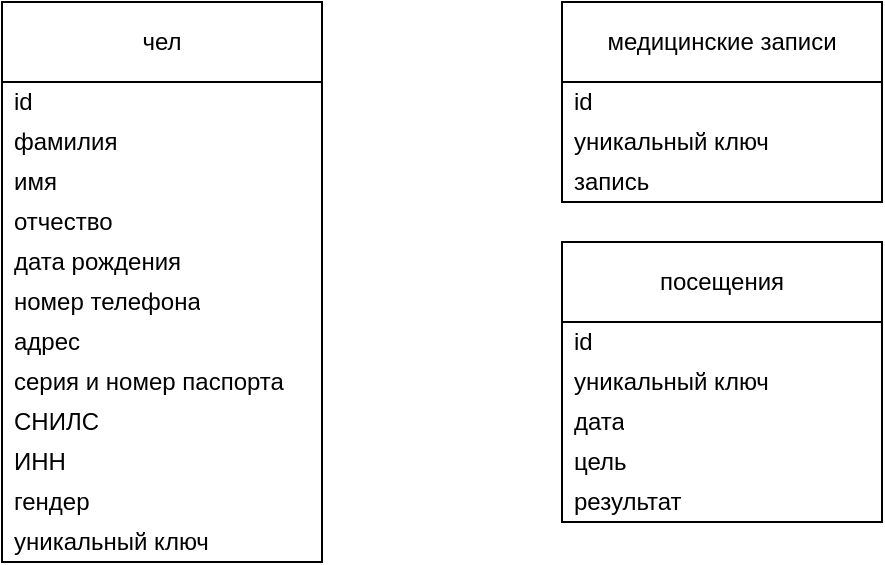
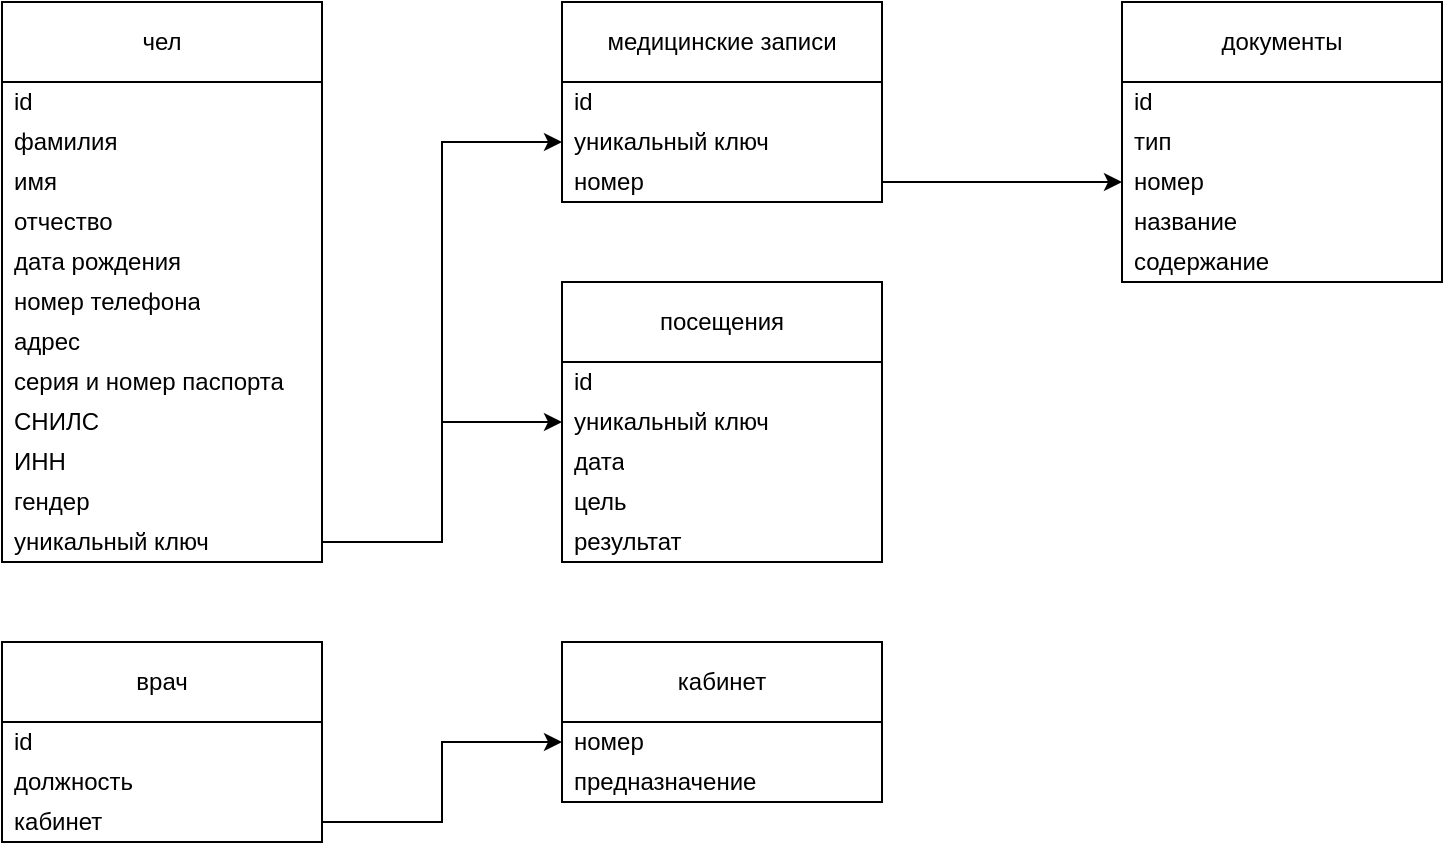
<mxfile host="Electron" agent="Mozilla/5.0 (Windows NT 10.0; Win64; x64) AppleWebKit/537.36 (KHTML, like Gecko) draw.io/29.6.1 Chrome/142.0.7444.265 Electron/39.8.0 Safari/537.36" version="29.6.1">
  <diagram name="Страница-1" id="a21MgUtPKJdnRfCgL1Ge">
-     <mxGraphModel dx="815" dy="508" grid="1" gridSize="10" guides="1" tooltips="1" connect="1" arrows="1" fold="1" page="1" pageScale="1" pageWidth="827" pageHeight="1169" math="0" shadow="0">
+     <mxGraphModel dx="1188" dy="741" grid="1" gridSize="10" guides="1" tooltips="1" connect="1" arrows="1" fold="1" page="1" pageScale="1" pageWidth="827" pageHeight="1169" math="0" shadow="0">
      <root>
        <mxCell id="0" />
        <mxCell id="1" parent="0" />
        <mxCell id="TgU9roTelHohaQH2FK3k-1" parent="1" style="swimlane;fontStyle=0;childLayout=stackLayout;horizontal=1;startSize=40;horizontalStack=0;resizeParent=1;resizeParentMax=0;resizeLast=0;collapsible=1;marginBottom=0;whiteSpace=wrap;html=1;" value="чел" vertex="1">
          <mxGeometry height="280" width="160" x="80" y="80" as="geometry" />
        </mxCell>
        <mxCell id="TgU9roTelHohaQH2FK3k-2" parent="TgU9roTelHohaQH2FK3k-1" style="text;strokeColor=none;fillColor=none;align=left;verticalAlign=middle;spacingLeft=4;spacingRight=4;overflow=hidden;points=[[0,0.5],[1,0.5]];portConstraint=eastwest;rotatable=0;whiteSpace=wrap;html=1;" value="id" vertex="1">
          <mxGeometry height="20" width="160" y="40" as="geometry" />
        </mxCell>
        <mxCell id="TgU9roTelHohaQH2FK3k-3" parent="TgU9roTelHohaQH2FK3k-1" style="text;strokeColor=none;fillColor=none;align=left;verticalAlign=middle;spacingLeft=4;spacingRight=4;overflow=hidden;points=[[0,0.5],[1,0.5]];portConstraint=eastwest;rotatable=0;whiteSpace=wrap;html=1;" value="фамилия" vertex="1">
          <mxGeometry height="20" width="160" y="60" as="geometry" />
        </mxCell>
        <mxCell id="TgU9roTelHohaQH2FK3k-4" parent="TgU9roTelHohaQH2FK3k-1" style="text;strokeColor=none;fillColor=none;align=left;verticalAlign=middle;spacingLeft=4;spacingRight=4;overflow=hidden;points=[[0,0.5],[1,0.5]];portConstraint=eastwest;rotatable=0;whiteSpace=wrap;html=1;" value="имя" vertex="1">
          <mxGeometry height="20" width="160" y="80" as="geometry" />
        </mxCell>
        <mxCell id="cz48e77hF1qOZ6CIWqxK-1" parent="TgU9roTelHohaQH2FK3k-1" style="text;strokeColor=none;fillColor=none;align=left;verticalAlign=middle;spacingLeft=4;spacingRight=4;overflow=hidden;points=[[0,0.5],[1,0.5]];portConstraint=eastwest;rotatable=0;whiteSpace=wrap;html=1;" value="отчество" vertex="1">
          <mxGeometry height="20" width="160" y="100" as="geometry" />
        </mxCell>
        <mxCell id="TgU9roTelHohaQH2FK3k-5" parent="TgU9roTelHohaQH2FK3k-1" style="text;strokeColor=none;fillColor=none;align=left;verticalAlign=middle;spacingLeft=4;spacingRight=4;overflow=hidden;points=[[0,0.5],[1,0.5]];portConstraint=eastwest;rotatable=0;whiteSpace=wrap;html=1;" value="дата рождения" vertex="1">
          <mxGeometry height="20" width="160" y="120" as="geometry" />
        </mxCell>
        <mxCell id="TgU9roTelHohaQH2FK3k-6" parent="TgU9roTelHohaQH2FK3k-1" style="text;strokeColor=none;fillColor=none;align=left;verticalAlign=middle;spacingLeft=4;spacingRight=4;overflow=hidden;points=[[0,0.5],[1,0.5]];portConstraint=eastwest;rotatable=0;whiteSpace=wrap;html=1;" value="номер телефона" vertex="1">
          <mxGeometry height="20" width="160" y="140" as="geometry" />
        </mxCell>
        <mxCell id="cz48e77hF1qOZ6CIWqxK-2" parent="TgU9roTelHohaQH2FK3k-1" style="text;strokeColor=none;fillColor=none;align=left;verticalAlign=middle;spacingLeft=4;spacingRight=4;overflow=hidden;points=[[0,0.5],[1,0.5]];portConstraint=eastwest;rotatable=0;whiteSpace=wrap;html=1;" value="адрес" vertex="1">
          <mxGeometry height="20" width="160" y="160" as="geometry" />
        </mxCell>
        <mxCell id="TgU9roTelHohaQH2FK3k-7" parent="TgU9roTelHohaQH2FK3k-1" style="text;strokeColor=none;fillColor=none;align=left;verticalAlign=middle;spacingLeft=4;spacingRight=4;overflow=hidden;points=[[0,0.5],[1,0.5]];portConstraint=eastwest;rotatable=0;whiteSpace=wrap;html=1;" value="серия и номер паспорта" vertex="1">
          <mxGeometry height="20" width="160" y="180" as="geometry" />
        </mxCell>
        <mxCell id="TgU9roTelHohaQH2FK3k-8" parent="TgU9roTelHohaQH2FK3k-1" style="text;strokeColor=none;fillColor=none;align=left;verticalAlign=middle;spacingLeft=4;spacingRight=4;overflow=hidden;points=[[0,0.5],[1,0.5]];portConstraint=eastwest;rotatable=0;whiteSpace=wrap;html=1;" value="СНИЛС" vertex="1">
          <mxGeometry height="20" width="160" y="200" as="geometry" />
        </mxCell>
        <mxCell id="TgU9roTelHohaQH2FK3k-9" parent="TgU9roTelHohaQH2FK3k-1" style="text;strokeColor=none;fillColor=none;align=left;verticalAlign=middle;spacingLeft=4;spacingRight=4;overflow=hidden;points=[[0,0.5],[1,0.5]];portConstraint=eastwest;rotatable=0;whiteSpace=wrap;html=1;" value="ИНН" vertex="1">
          <mxGeometry height="20" width="160" y="220" as="geometry" />
        </mxCell>
        <mxCell id="TgU9roTelHohaQH2FK3k-10" parent="TgU9roTelHohaQH2FK3k-1" style="text;strokeColor=none;fillColor=none;align=left;verticalAlign=middle;spacingLeft=4;spacingRight=4;overflow=hidden;points=[[0,0.5],[1,0.5]];portConstraint=eastwest;rotatable=0;whiteSpace=wrap;html=1;" value="гендер" vertex="1">
          <mxGeometry height="20" width="160" y="240" as="geometry" />
        </mxCell>
        <mxCell id="TgU9roTelHohaQH2FK3k-31" parent="TgU9roTelHohaQH2FK3k-1" style="text;strokeColor=none;fillColor=none;align=left;verticalAlign=middle;spacingLeft=4;spacingRight=4;overflow=hidden;points=[[0,0.5],[1,0.5]];portConstraint=eastwest;rotatable=0;whiteSpace=wrap;html=1;" value="уникальный ключ" vertex="1">
          <mxGeometry height="20" width="160" y="260" as="geometry" />
        </mxCell>
        <mxCell id="TgU9roTelHohaQH2FK3k-21" parent="1" style="swimlane;fontStyle=0;childLayout=stackLayout;horizontal=1;startSize=40;horizontalStack=0;resizeParent=1;resizeParentMax=0;resizeLast=0;collapsible=1;marginBottom=0;whiteSpace=wrap;html=1;" value="медицинские записи" vertex="1">
          <mxGeometry height="100" width="160" x="360" y="80" as="geometry" />
        </mxCell>
        <mxCell id="EbQ-D4Pp5Pddp-Q1myPs-3" parent="TgU9roTelHohaQH2FK3k-21" style="text;strokeColor=none;fillColor=none;align=left;verticalAlign=middle;spacingLeft=4;spacingRight=4;overflow=hidden;points=[[0,0.5],[1,0.5]];portConstraint=eastwest;rotatable=0;whiteSpace=wrap;html=1;" value="id" vertex="1">
          <mxGeometry height="20" width="160" y="40" as="geometry" />
        </mxCell>
        <mxCell id="TgU9roTelHohaQH2FK3k-32" parent="TgU9roTelHohaQH2FK3k-21" style="text;strokeColor=none;fillColor=none;align=left;verticalAlign=middle;spacingLeft=4;spacingRight=4;overflow=hidden;points=[[0,0.5],[1,0.5]];portConstraint=eastwest;rotatable=0;whiteSpace=wrap;html=1;" value="уникальный ключ" vertex="1">
          <mxGeometry height="20" width="160" y="60" as="geometry" />
        </mxCell>
-         <mxCell id="TgU9roTelHohaQH2FK3k-33" parent="TgU9roTelHohaQH2FK3k-21" style="text;strokeColor=none;fillColor=none;align=left;verticalAlign=middle;spacingLeft=4;spacingRight=4;overflow=hidden;points=[[0,0.5],[1,0.5]];portConstraint=eastwest;rotatable=0;whiteSpace=wrap;html=1;" value="запись" vertex="1">
+         <mxCell id="TgU9roTelHohaQH2FK3k-33" parent="TgU9roTelHohaQH2FK3k-21" style="text;strokeColor=none;fillColor=none;align=left;verticalAlign=middle;spacingLeft=4;spacingRight=4;overflow=hidden;points=[[0,0.5],[1,0.5]];portConstraint=eastwest;rotatable=0;whiteSpace=wrap;html=1;" value="номер" vertex="1">
          <mxGeometry height="20" width="160" y="80" as="geometry" />
        </mxCell>
        <mxCell id="_7bwxEnkeykLmXKwQ_Hy-1" parent="1" style="swimlane;fontStyle=0;childLayout=stackLayout;horizontal=1;startSize=40;horizontalStack=0;resizeParent=1;resizeParentMax=0;resizeLast=0;collapsible=1;marginBottom=0;whiteSpace=wrap;html=1;" value="посещения" vertex="1">
-           <mxGeometry height="140" width="160" x="360" y="200" as="geometry" />
+           <mxGeometry height="140" width="160" x="360" y="220" as="geometry" />
        </mxCell>
        <mxCell id="EbQ-D4Pp5Pddp-Q1myPs-4" parent="_7bwxEnkeykLmXKwQ_Hy-1" style="text;strokeColor=none;fillColor=none;align=left;verticalAlign=middle;spacingLeft=4;spacingRight=4;overflow=hidden;points=[[0,0.5],[1,0.5]];portConstraint=eastwest;rotatable=0;whiteSpace=wrap;html=1;" value="id" vertex="1">
          <mxGeometry height="20" width="160" y="40" as="geometry" />
        </mxCell>
        <mxCell id="_7bwxEnkeykLmXKwQ_Hy-2" parent="_7bwxEnkeykLmXKwQ_Hy-1" style="text;strokeColor=none;fillColor=none;align=left;verticalAlign=middle;spacingLeft=4;spacingRight=4;overflow=hidden;points=[[0,0.5],[1,0.5]];portConstraint=eastwest;rotatable=0;whiteSpace=wrap;html=1;" value="уникальный ключ" vertex="1">
          <mxGeometry height="20" width="160" y="60" as="geometry" />
        </mxCell>
        <mxCell id="_7bwxEnkeykLmXKwQ_Hy-3" parent="_7bwxEnkeykLmXKwQ_Hy-1" style="text;strokeColor=none;fillColor=none;align=left;verticalAlign=middle;spacingLeft=4;spacingRight=4;overflow=hidden;points=[[0,0.5],[1,0.5]];portConstraint=eastwest;rotatable=0;whiteSpace=wrap;html=1;" value="дата" vertex="1">
          <mxGeometry height="20" width="160" y="80" as="geometry" />
        </mxCell>
        <mxCell id="_7bwxEnkeykLmXKwQ_Hy-4" parent="_7bwxEnkeykLmXKwQ_Hy-1" style="text;strokeColor=none;fillColor=none;align=left;verticalAlign=middle;spacingLeft=4;spacingRight=4;overflow=hidden;points=[[0,0.5],[1,0.5]];portConstraint=eastwest;rotatable=0;whiteSpace=wrap;html=1;" value="цель" vertex="1">
          <mxGeometry height="20" width="160" y="100" as="geometry" />
        </mxCell>
        <mxCell id="_7bwxEnkeykLmXKwQ_Hy-5" parent="_7bwxEnkeykLmXKwQ_Hy-1" style="text;strokeColor=none;fillColor=none;align=left;verticalAlign=middle;spacingLeft=4;spacingRight=4;overflow=hidden;points=[[0,0.5],[1,0.5]];portConstraint=eastwest;rotatable=0;whiteSpace=wrap;html=1;" value="результат" vertex="1">
          <mxGeometry height="20" width="160" y="120" as="geometry" />
        </mxCell>
+         <mxCell id="EbQ-D4Pp5Pddp-Q1myPs-5" parent="1" style="swimlane;fontStyle=0;childLayout=stackLayout;horizontal=1;startSize=40;horizontalStack=0;resizeParent=1;resizeParentMax=0;resizeLast=0;collapsible=1;marginBottom=0;whiteSpace=wrap;html=1;" value="врач" vertex="1">
+           <mxGeometry height="100" width="160" x="80" y="400" as="geometry" />
+         </mxCell>
+         <mxCell id="EbQ-D4Pp5Pddp-Q1myPs-6" parent="EbQ-D4Pp5Pddp-Q1myPs-5" style="text;strokeColor=none;fillColor=none;align=left;verticalAlign=middle;spacingLeft=4;spacingRight=4;overflow=hidden;points=[[0,0.5],[1,0.5]];portConstraint=eastwest;rotatable=0;whiteSpace=wrap;html=1;" value="id" vertex="1">
+           <mxGeometry height="20" width="160" y="40" as="geometry" />
+         </mxCell>
+         <mxCell id="EbQ-D4Pp5Pddp-Q1myPs-7" parent="EbQ-D4Pp5Pddp-Q1myPs-5" style="text;strokeColor=none;fillColor=none;align=left;verticalAlign=middle;spacingLeft=4;spacingRight=4;overflow=hidden;points=[[0,0.5],[1,0.5]];portConstraint=eastwest;rotatable=0;whiteSpace=wrap;html=1;" value="должность" vertex="1">
+           <mxGeometry height="20" width="160" y="60" as="geometry" />
+         </mxCell>
+         <mxCell id="EbQ-D4Pp5Pddp-Q1myPs-8" parent="EbQ-D4Pp5Pddp-Q1myPs-5" style="text;strokeColor=none;fillColor=none;align=left;verticalAlign=middle;spacingLeft=4;spacingRight=4;overflow=hidden;points=[[0,0.5],[1,0.5]];portConstraint=eastwest;rotatable=0;whiteSpace=wrap;html=1;" value="кабинет" vertex="1">
+           <mxGeometry height="20" width="160" y="80" as="geometry" />
+         </mxCell>
+         <mxCell id="EbQ-D4Pp5Pddp-Q1myPs-9" parent="1" style="swimlane;fontStyle=0;childLayout=stackLayout;horizontal=1;startSize=40;horizontalStack=0;resizeParent=1;resizeParentMax=0;resizeLast=0;collapsible=1;marginBottom=0;whiteSpace=wrap;html=1;" value="кабинет" vertex="1">
+           <mxGeometry height="80" width="160" x="360" y="400" as="geometry" />
+         </mxCell>
+         <mxCell id="EbQ-D4Pp5Pddp-Q1myPs-10" parent="EbQ-D4Pp5Pddp-Q1myPs-9" style="text;strokeColor=none;fillColor=none;align=left;verticalAlign=middle;spacingLeft=4;spacingRight=4;overflow=hidden;points=[[0,0.5],[1,0.5]];portConstraint=eastwest;rotatable=0;whiteSpace=wrap;html=1;" value="номер" vertex="1">
+           <mxGeometry height="20" width="160" y="40" as="geometry" />
+         </mxCell>
+         <mxCell id="EbQ-D4Pp5Pddp-Q1myPs-11" parent="EbQ-D4Pp5Pddp-Q1myPs-9" style="text;strokeColor=none;fillColor=none;align=left;verticalAlign=middle;spacingLeft=4;spacingRight=4;overflow=hidden;points=[[0,0.5],[1,0.5]];portConstraint=eastwest;rotatable=0;whiteSpace=wrap;html=1;" value="предназначение" vertex="1">
+           <mxGeometry height="20" width="160" y="60" as="geometry" />
+         </mxCell>
+         <mxCell id="EbQ-D4Pp5Pddp-Q1myPs-13" edge="1" parent="1" source="EbQ-D4Pp5Pddp-Q1myPs-8" style="edgeStyle=orthogonalEdgeStyle;rounded=0;orthogonalLoop=1;jettySize=auto;html=1;entryX=0;entryY=0.5;entryDx=0;entryDy=0;" target="EbQ-D4Pp5Pddp-Q1myPs-10">
+           <mxGeometry relative="1" as="geometry" />
+         </mxCell>
+         <mxCell id="EbQ-D4Pp5Pddp-Q1myPs-14" parent="1" style="swimlane;fontStyle=0;childLayout=stackLayout;horizontal=1;startSize=40;horizontalStack=0;resizeParent=1;resizeParentMax=0;resizeLast=0;collapsible=1;marginBottom=0;whiteSpace=wrap;html=1;" value="документы" vertex="1">
+           <mxGeometry height="140" width="160" x="640" y="80" as="geometry" />
+         </mxCell>
+         <mxCell id="EbQ-D4Pp5Pddp-Q1myPs-15" parent="EbQ-D4Pp5Pddp-Q1myPs-14" style="text;strokeColor=none;fillColor=none;align=left;verticalAlign=middle;spacingLeft=4;spacingRight=4;overflow=hidden;points=[[0,0.5],[1,0.5]];portConstraint=eastwest;rotatable=0;whiteSpace=wrap;html=1;" value="id" vertex="1">
+           <mxGeometry height="20" width="160" y="40" as="geometry" />
+         </mxCell>
+         <mxCell id="EbQ-D4Pp5Pddp-Q1myPs-16" parent="EbQ-D4Pp5Pddp-Q1myPs-14" style="text;strokeColor=none;fillColor=none;align=left;verticalAlign=middle;spacingLeft=4;spacingRight=4;overflow=hidden;points=[[0,0.5],[1,0.5]];portConstraint=eastwest;rotatable=0;whiteSpace=wrap;html=1;" value="тип" vertex="1">
+           <mxGeometry height="20" width="160" y="60" as="geometry" />
+         </mxCell>
+         <mxCell id="EbQ-D4Pp5Pddp-Q1myPs-17" parent="EbQ-D4Pp5Pddp-Q1myPs-14" style="text;strokeColor=none;fillColor=none;align=left;verticalAlign=middle;spacingLeft=4;spacingRight=4;overflow=hidden;points=[[0,0.5],[1,0.5]];portConstraint=eastwest;rotatable=0;whiteSpace=wrap;html=1;" value="номер" vertex="1">
+           <mxGeometry height="20" width="160" y="80" as="geometry" />
+         </mxCell>
+         <mxCell id="EbQ-D4Pp5Pddp-Q1myPs-18" parent="EbQ-D4Pp5Pddp-Q1myPs-14" style="text;strokeColor=none;fillColor=none;align=left;verticalAlign=middle;spacingLeft=4;spacingRight=4;overflow=hidden;points=[[0,0.5],[1,0.5]];portConstraint=eastwest;rotatable=0;whiteSpace=wrap;html=1;" value="название" vertex="1">
+           <mxGeometry height="20" width="160" y="100" as="geometry" />
+         </mxCell>
+         <mxCell id="EbQ-D4Pp5Pddp-Q1myPs-19" parent="EbQ-D4Pp5Pddp-Q1myPs-14" style="text;strokeColor=none;fillColor=none;align=left;verticalAlign=middle;spacingLeft=4;spacingRight=4;overflow=hidden;points=[[0,0.5],[1,0.5]];portConstraint=eastwest;rotatable=0;whiteSpace=wrap;html=1;" value="содержание" vertex="1">
+           <mxGeometry height="20" width="160" y="120" as="geometry" />
+         </mxCell>
+         <mxCell id="EbQ-D4Pp5Pddp-Q1myPs-20" edge="1" parent="1" source="TgU9roTelHohaQH2FK3k-31" style="edgeStyle=orthogonalEdgeStyle;rounded=0;orthogonalLoop=1;jettySize=auto;html=1;entryX=0;entryY=0.5;entryDx=0;entryDy=0;" target="_7bwxEnkeykLmXKwQ_Hy-2">
+           <mxGeometry relative="1" as="geometry" />
+         </mxCell>
+         <mxCell id="EbQ-D4Pp5Pddp-Q1myPs-21" edge="1" parent="1" source="TgU9roTelHohaQH2FK3k-31" style="edgeStyle=orthogonalEdgeStyle;rounded=0;orthogonalLoop=1;jettySize=auto;html=1;entryX=0;entryY=0.5;entryDx=0;entryDy=0;" target="TgU9roTelHohaQH2FK3k-32">
+           <mxGeometry relative="1" as="geometry" />
+         </mxCell>
+         <mxCell id="EbQ-D4Pp5Pddp-Q1myPs-22" edge="1" parent="1" source="TgU9roTelHohaQH2FK3k-33" style="edgeStyle=orthogonalEdgeStyle;rounded=0;orthogonalLoop=1;jettySize=auto;html=1;entryX=0;entryY=0.5;entryDx=0;entryDy=0;" target="EbQ-D4Pp5Pddp-Q1myPs-17">
+           <mxGeometry relative="1" as="geometry" />
+         </mxCell>
      </root>
    </mxGraphModel>
  </diagram>
</mxfile>
